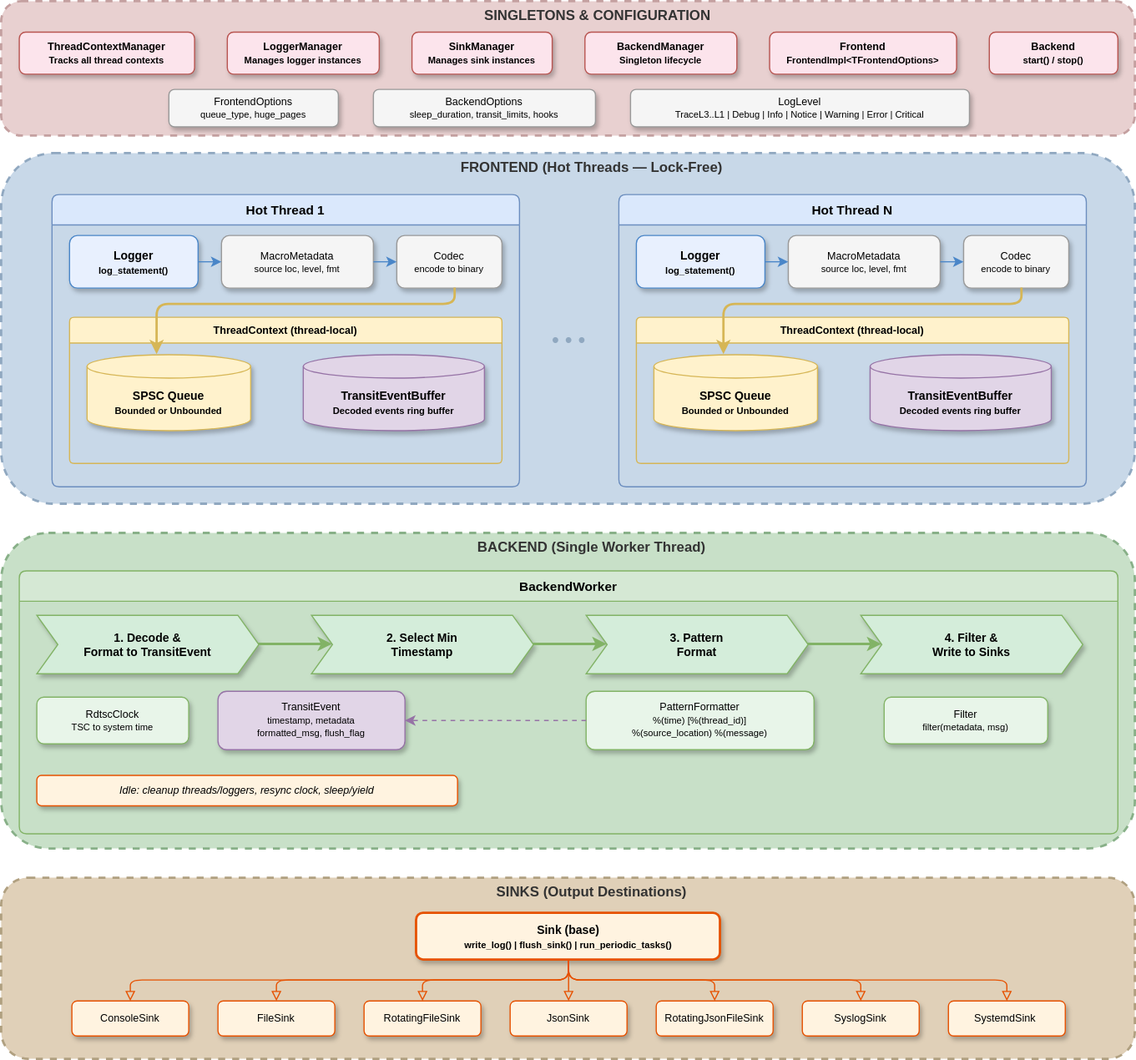
odygrd/quill keeps this draw.io diagram as docs/design.drawio.svg. Above is the earlier version. Source tidied: cells renumbered, new cells last; positions are measured from the earlier drawing's top-left corner, leaving out a move shared by most shapes.
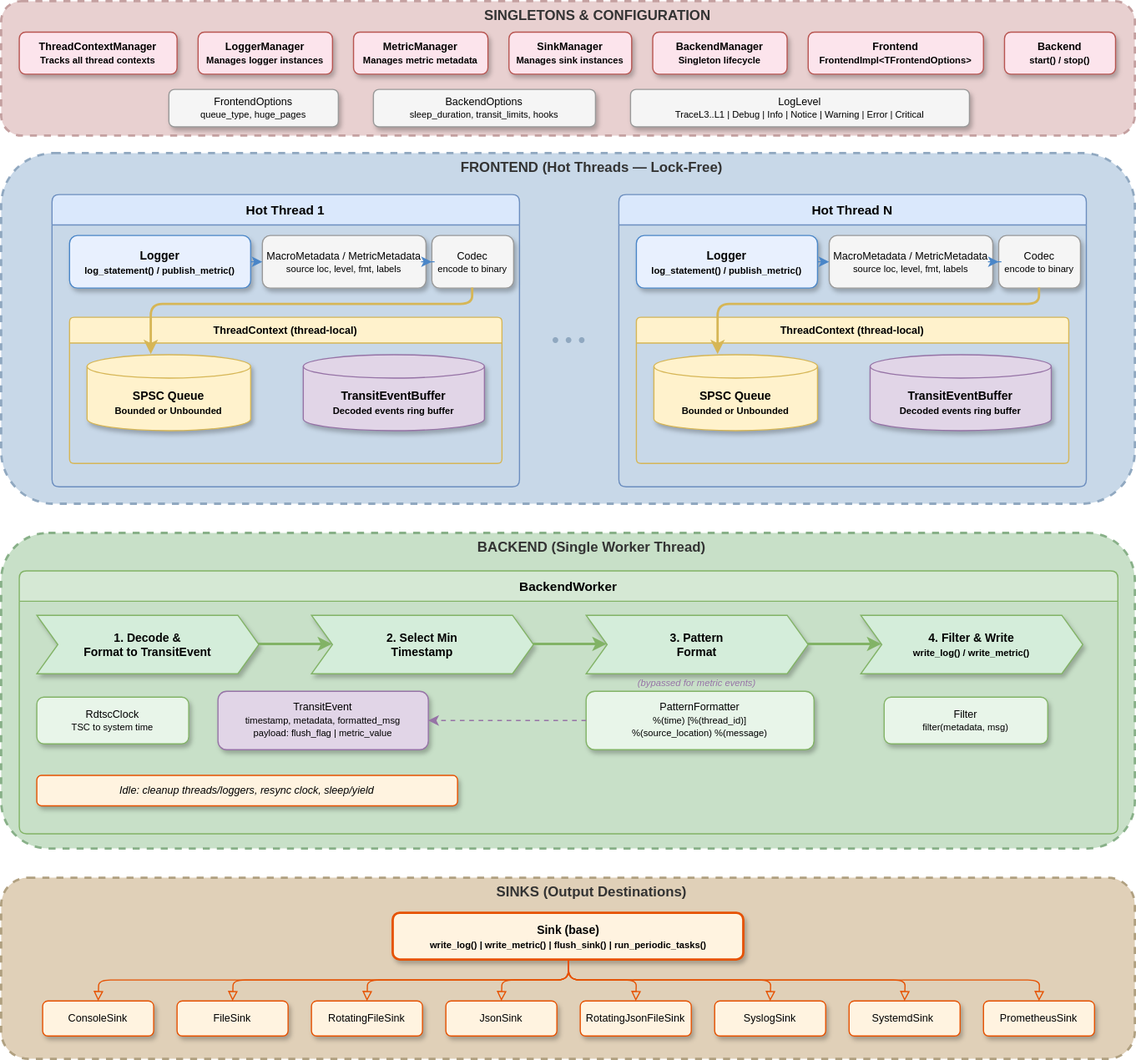
The same diagram one commit later.

Diff of the diagram source:
```diff
@@ -9,22 +9,25 @@
       <mxGeometry x="360" width="300" height="24" as="geometry" />
     </mxCell>
     <mxCell id="4" value="ThreadContextManager&lt;br&gt;&lt;font style=&quot;font-size:8px&quot;&gt;Tracks all thread contexts&lt;/font&gt;" style="rounded=1;whiteSpace=wrap;html=1;fillColor=#fce4ec;strokeColor=#b85450;fontSize=9;fontStyle=1;shadow=1;" parent="1" vertex="1">
-      <mxGeometry x="15" y="26" width="150" height="36" as="geometry" />
+      <mxGeometry x="15" y="26" width="135" height="36" as="geometry" />
     </mxCell>
     <mxCell id="5" value="LoggerManager&lt;br&gt;&lt;font style=&quot;font-size:8px&quot;&gt;Manages logger instances&lt;/font&gt;" style="rounded=1;whiteSpace=wrap;html=1;fillColor=#fce4ec;strokeColor=#b85450;fontSize=9;fontStyle=1;shadow=1;" parent="1" vertex="1">
-      <mxGeometry x="193" y="26" width="130" height="36" as="geometry" />
+      <mxGeometry x="168" y="26" width="115" height="36" as="geometry" />
     </mxCell>
+    <mxCell id="69" value="MetricManager&lt;br&gt;&lt;font style=&quot;font-size:8px&quot;&gt;Manages metric metadata&lt;/font&gt;" style="rounded=1;whiteSpace=wrap;html=1;fillColor=#fce4ec;strokeColor=#b85450;fontSize=9;fontStyle=1;shadow=1;" parent="1" vertex="1">
+      <mxGeometry x="301" y="26" width="115" height="36" as="geometry" />
+    </mxCell>
     <mxCell id="6" value="SinkManager&lt;br&gt;&lt;font style=&quot;font-size:8px&quot;&gt;Manages sink instances&lt;/font&gt;" style="rounded=1;whiteSpace=wrap;html=1;fillColor=#fce4ec;strokeColor=#b85450;fontSize=9;fontStyle=1;shadow=1;" parent="1" vertex="1">
-      <mxGeometry x="351" y="26" width="120" height="36" as="geometry" />
+      <mxGeometry x="434" y="26" width="105" height="36" as="geometry" />
     </mxCell>
     <mxCell id="7" value="BackendManager&lt;br&gt;&lt;font style=&quot;font-size:8px&quot;&gt;Singleton lifecycle&lt;/font&gt;" style="rounded=1;whiteSpace=wrap;html=1;fillColor=#fce4ec;strokeColor=#b85450;fontSize=9;fontStyle=1;shadow=1;" parent="1" vertex="1">
-      <mxGeometry x="499" y="26" width="130" height="36" as="geometry" />
+      <mxGeometry x="557" y="26" width="115" height="36" as="geometry" />
     </mxCell>
     <mxCell id="8" value="Frontend&lt;br&gt;&lt;font style=&quot;font-size:8px&quot;&gt;FrontendImpl&amp;lt;TFrontendOptions&amp;gt;&lt;/font&gt;" style="rounded=1;whiteSpace=wrap;html=1;fillColor=#fce4ec;strokeColor=#b85450;fontSize=9;fontStyle=1;shadow=1;" parent="1" vertex="1">
-      <mxGeometry x="657" y="26" width="160" height="36" as="geometry" />
+      <mxGeometry x="690" y="26" width="150" height="36" as="geometry" />
     </mxCell>
     <mxCell id="9" value="Backend&lt;br&gt;&lt;font style=&quot;font-size:8px&quot;&gt;start() / stop()&lt;/font&gt;" style="rounded=1;whiteSpace=wrap;html=1;fillColor=#fce4ec;strokeColor=#b85450;fontSize=9;fontStyle=1;shadow=1;" parent="1" vertex="1">
-      <mxGeometry x="845" y="26" width="110" height="36" as="geometry" />
+      <mxGeometry x="858" y="26" width="95" height="36" as="geometry" />
     </mxCell>
     <mxCell id="10" value="FrontendOptions&lt;br&gt;&lt;font style=&quot;font-size:8px&quot;&gt;queue_type, huge_pages&lt;/font&gt;" style="rounded=1;whiteSpace=wrap;html=1;fillColor=#f5f5f5;strokeColor=#999;fontSize=9;shadow=1;" parent="1" vertex="1">
       <mxGeometry x="143" y="75" width="145" height="32" as="geometry" />
@@ -44,14 +47,14 @@
     <mxCell id="15" value="Hot Thread 1" style="swimlane;startSize=26;fillColor=#dae8fc;strokeColor=#6c8ebf;rounded=1;arcSize=8;fontStyle=1;fontSize=11;swimlaneLine=1;" parent="1" vertex="1">
       <mxGeometry x="43" y="165" width="400" height="250" as="geometry" />
     </mxCell>
-    <mxCell id="16" value="Logger&lt;br&gt;&lt;font style=&quot;font-size:8px&quot;&gt;log_statement()&lt;/font&gt;" style="rounded=1;whiteSpace=wrap;html=1;fillColor=#e8f0fe;strokeColor=#4a86c8;fontStyle=1;fontSize=10;shadow=1;" parent="15" vertex="1">
-      <mxGeometry x="15" y="35" width="110" height="45" as="geometry" />
+    <mxCell id="16" value="Logger&lt;br&gt;&lt;font style=&quot;font-size:8px&quot;&gt;log_statement() / publish_metric()&lt;/font&gt;" style="rounded=1;whiteSpace=wrap;html=1;fillColor=#e8f0fe;strokeColor=#4a86c8;fontStyle=1;fontSize=10;shadow=1;" parent="15" vertex="1">
+      <mxGeometry x="15" y="35" width="155" height="45" as="geometry" />
     </mxCell>
-    <mxCell id="17" value="MacroMetadata&lt;br&gt;&lt;font style=&quot;font-size:8px&quot;&gt;source loc, level, fmt&lt;/font&gt;" style="rounded=1;whiteSpace=wrap;html=1;fillColor=#f5f5f5;strokeColor=#999;fontSize=9;shadow=1;" parent="15" vertex="1">
-      <mxGeometry x="145" y="35" width="130" height="45" as="geometry" />
+    <mxCell id="17" value="MacroMetadata / MetricMetadata&lt;br&gt;&lt;font style=&quot;font-size:8px&quot;&gt;source loc, level, fmt, labels&lt;/font&gt;" style="rounded=1;whiteSpace=wrap;html=1;fillColor=#f5f5f5;strokeColor=#999;fontSize=9;shadow=1;" parent="15" vertex="1">
+      <mxGeometry x="180" y="35" width="140" height="45" as="geometry" />
     </mxCell>
     <mxCell id="18" value="Codec&lt;T&gt;&lt;br&gt;&lt;font style=&quot;font-size:8px&quot;&gt;encode to binary&lt;/font&gt;" style="rounded=1;whiteSpace=wrap;html=1;fillColor=#f5f5f5;strokeColor=#999;fontSize=9;shadow=1;" parent="15" vertex="1">
-      <mxGeometry x="295" y="35" width="90" height="45" as="geometry" />
+      <mxGeometry x="325" y="35" width="70" height="45" as="geometry" />
     </mxCell>
     <mxCell id="19" value="ThreadContext (thread-local)" style="swimlane;startSize=22;fillColor=#fff2cc;strokeColor=#d6b656;rounded=1;arcSize=6;fontStyle=1;fontSize=9;" parent="15" vertex="1">
       <mxGeometry x="15" y="105" width="370" height="125" as="geometry" />
@@ -71,22 +74,22 @@
     <mxCell id="24" style="edgeStyle=orthogonalEdgeStyle;rounded=1;strokeColor=#d6b656;strokeWidth=2;" parent="15" edge="1" source="18" target="20">
       <mxGeometry relative="1" as="geometry">
         <Array as="points">
-          <mxPoint x="345" y="94" />
-          <mxPoint x="90" y="94" />
+          <mxPoint x="360" y="94" />
+          <mxPoint x="85" y="94" />
         </Array>
       </mxGeometry>
     </mxCell>
     <mxCell id="25" value="Hot Thread N" style="swimlane;startSize=26;fillColor=#dae8fc;strokeColor=#6c8ebf;rounded=1;arcSize=8;fontStyle=1;fontSize=11;swimlaneLine=1;" parent="1" vertex="1">
       <mxGeometry x="528" y="165" width="400" height="250" as="geometry" />
     </mxCell>
-    <mxCell id="26" value="Logger&lt;br&gt;&lt;font style=&quot;font-size:8px&quot;&gt;log_statement()&lt;/font&gt;" style="rounded=1;whiteSpace=wrap;html=1;fillColor=#e8f0fe;strokeColor=#4a86c8;fontStyle=1;fontSize=10;shadow=1;" parent="25" vertex="1">
-      <mxGeometry x="15" y="35" width="110" height="45" as="geometry" />
+    <mxCell id="26" value="Logger&lt;br&gt;&lt;font style=&quot;font-size:8px&quot;&gt;log_statement() / publish_metric()&lt;/font&gt;" style="rounded=1;whiteSpace=wrap;html=1;fillColor=#e8f0fe;strokeColor=#4a86c8;fontStyle=1;fontSize=10;shadow=1;" parent="25" vertex="1">
+      <mxGeometry x="15" y="35" width="155" height="45" as="geometry" />
     </mxCell>
-    <mxCell id="27" value="MacroMetadata&lt;br&gt;&lt;font style=&quot;font-size:8px&quot;&gt;source loc, level, fmt&lt;/font&gt;" style="rounded=1;whiteSpace=wrap;html=1;fillColor=#f5f5f5;strokeColor=#999;fontSize=9;shadow=1;" parent="25" vertex="1">
-      <mxGeometry x="145" y="35" width="130" height="45" as="geometry" />
+    <mxCell id="27" value="MacroMetadata / MetricMetadata&lt;br&gt;&lt;font style=&quot;font-size:8px&quot;&gt;source loc, level, fmt, labels&lt;/font&gt;" style="rounded=1;whiteSpace=wrap;html=1;fillColor=#f5f5f5;strokeColor=#999;fontSize=9;shadow=1;" parent="25" vertex="1">
+      <mxGeometry x="180" y="35" width="140" height="45" as="geometry" />
     </mxCell>
     <mxCell id="28" value="Codec&lt;T&gt;&lt;br&gt;&lt;font style=&quot;font-size:8px&quot;&gt;encode to binary&lt;/font&gt;" style="rounded=1;whiteSpace=wrap;html=1;fillColor=#f5f5f5;strokeColor=#999;fontSize=9;shadow=1;" parent="25" vertex="1">
-      <mxGeometry x="295" y="35" width="90" height="45" as="geometry" />
+      <mxGeometry x="325" y="35" width="70" height="45" as="geometry" />
     </mxCell>
     <mxCell id="29" value="ThreadContext (thread-local)" style="swimlane;startSize=22;fillColor=#fff2cc;strokeColor=#d6b656;rounded=1;arcSize=6;fontStyle=1;fontSize=9;" parent="25" vertex="1">
       <mxGeometry x="15" y="105" width="370" height="125" as="geometry" />
@@ -106,8 +109,8 @@
     <mxCell id="34" style="edgeStyle=orthogonalEdgeStyle;rounded=1;strokeColor=#d6b656;strokeWidth=2;" parent="25" edge="1" source="28" target="30">
       <mxGeometry relative="1" as="geometry">
         <Array as="points">
-          <mxPoint x="345" y="94" />
-          <mxPoint x="90" y="94" />
+          <mxPoint x="360" y="94" />
+          <mxPoint x="85" y="94" />
         </Array>
       </mxGeometry>
     </mxCell>
@@ -132,7 +135,7 @@
     <mxCell id="41" value="3. Pattern&lt;br&gt;Format" style="shape=step;perimeter=stepPerimeter;whiteSpace=wrap;html=1;fixedSize=1;size=18;fillColor=#d4edda;strokeColor=#82b366;fontSize=10;fontStyle=1;shadow=1;" parent="38" vertex="1">
       <mxGeometry x="485" y="38" width="190" height="50" as="geometry" />
     </mxCell>
-    <mxCell id="42" value="4. Filter &amp;amp;&lt;br&gt;Write to Sinks" style="shape=step;perimeter=stepPerimeter;whiteSpace=wrap;html=1;fixedSize=1;size=18;fillColor=#d4edda;strokeColor=#82b366;fontSize=10;fontStyle=1;shadow=1;" parent="38" vertex="1">
+    <mxCell id="42" value="4. Filter &amp;amp; Write&lt;br&gt;&lt;font style=&quot;font-size:8px&quot;&gt;write_log() / write_metric()&lt;/font&gt;" style="shape=step;perimeter=stepPerimeter;whiteSpace=wrap;html=1;fixedSize=1;size=18;fillColor=#d4edda;strokeColor=#82b366;fontSize=10;fontStyle=1;shadow=1;" parent="38" vertex="1">
       <mxGeometry x="720" y="38" width="190" height="50" as="geometry" />
     </mxCell>
     <mxCell id="43" style="rounded=1;strokeColor=#82b366;strokeWidth=2;" parent="38" edge="1" source="39" target="40">
@@ -144,11 +147,14 @@
     <mxCell id="45" style="rounded=1;strokeColor=#82b366;strokeWidth=2;" parent="38" edge="1" source="41" target="42">
       <mxGeometry relative="1" as="geometry" />
     </mxCell>
+    <mxCell id="70" value="(bypassed for metric events)" style="text;html=1;align=center;verticalAlign=middle;whiteSpace=wrap;fontSize=8;fontStyle=2;fontColor=#9673a6;" parent="38" vertex="1">
+      <mxGeometry x="495" y="89" width="170" height="13" as="geometry" />
+    </mxCell>
     <mxCell id="46" value="RdtscClock&lt;br&gt;&lt;font style=&quot;font-size:8px&quot;&gt;TSC to system time&lt;/font&gt;" style="rounded=1;whiteSpace=wrap;html=1;fillColor=#e8f5e9;strokeColor=#82b366;fontSize=9;shadow=1;" parent="38" vertex="1">
       <mxGeometry x="15" y="108" width="130" height="40" as="geometry" />
     </mxCell>
-    <mxCell id="47" value="TransitEvent&lt;br&gt;&lt;font style=&quot;font-size:8px&quot;&gt;timestamp, metadata&lt;br&gt;formatted_msg, flush_flag&lt;/font&gt;" style="rounded=1;whiteSpace=wrap;html=1;fillColor=#e1d5e7;strokeColor=#9673a6;fontSize=9;shadow=1;" parent="38" vertex="1">
-      <mxGeometry x="170" y="103" width="160" height="50" as="geometry" />
+    <mxCell id="47" value="TransitEvent&lt;br&gt;&lt;font style=&quot;font-size:8px&quot;&gt;timestamp, metadata, formatted_msg&lt;br&gt;payload: flush_flag | metric_value&lt;/font&gt;" style="rounded=1;whiteSpace=wrap;html=1;fillColor=#e1d5e7;strokeColor=#9673a6;fontSize=9;shadow=1;" parent="38" vertex="1">
+      <mxGeometry x="170" y="103" width="180" height="50" as="geometry" />
     </mxCell>
     <mxCell id="48" value="PatternFormatter&lt;br&gt;&lt;font style=&quot;font-size:8px&quot;&gt;%(time) [%(thread_id)]&lt;br&gt;%(source_location) %(message)&lt;/font&gt;" style="rounded=1;whiteSpace=wrap;html=1;fillColor=#e8f5e9;strokeColor=#82b366;fontSize=9;shadow=1;" parent="38" vertex="1">
       <mxGeometry x="485" y="103" width="195" height="50" as="geometry" />
@@ -168,35 +174,38 @@
     <mxCell id="53" value="SINKS  (Output Destinations)" style="text;html=1;fontSize=12;fontStyle=1;align=center;verticalAlign=middle;whiteSpace=wrap;fontColor=#333333;" parent="1" vertex="1">
       <mxGeometry x="355" y="750" width="300" height="24" as="geometry" />
     </mxCell>
-    <mxCell id="54" value="Sink (base)&lt;br&gt;&lt;font style=&quot;font-size:8px&quot;&gt;write_log() | flush_sink() | run_periodic_tasks()&lt;/font&gt;" style="rounded=1;whiteSpace=wrap;html=1;fillColor=#fff3e0;strokeColor=#e65100;fontSize=10;fontStyle=1;shadow=1;strokeWidth=2;" parent="1" vertex="1">
-      <mxGeometry x="355" y="780" width="260" height="40" as="geometry" />
+    <mxCell id="54" value="Sink (base)&lt;br&gt;&lt;font style=&quot;font-size:8px&quot;&gt;write_log() | write_metric() | flush_sink() | run_periodic_tasks()&lt;/font&gt;" style="rounded=1;whiteSpace=wrap;html=1;fillColor=#fff3e0;strokeColor=#e65100;fontSize=10;fontStyle=1;shadow=1;strokeWidth=2;" parent="1" vertex="1">
+      <mxGeometry x="335" y="780" width="300" height="40" as="geometry" />
     </mxCell>
     <mxCell id="55" value="ConsoleSink" style="rounded=1;whiteSpace=wrap;html=1;fillColor=#fff3e0;strokeColor=#e65100;fontSize=9;shadow=1;" parent="1" vertex="1">
-      <mxGeometry x="60" y="855" width="100" height="30" as="geometry" />
+      <mxGeometry x="35" y="855" width="95" height="30" as="geometry" />
     </mxCell>
     <mxCell id="56" value="FileSink" style="rounded=1;whiteSpace=wrap;html=1;fillColor=#fff3e0;strokeColor=#e65100;fontSize=9;shadow=1;" parent="1" vertex="1">
-      <mxGeometry x="185" y="855" width="100" height="30" as="geometry" />
+      <mxGeometry x="150" y="855" width="95" height="30" as="geometry" />
     </mxCell>
     <mxCell id="57" value="RotatingFileSink" style="rounded=1;whiteSpace=wrap;html=1;fillColor=#fff3e0;strokeColor=#e65100;fontSize=9;shadow=1;" parent="1" vertex="1">
-      <mxGeometry x="310" y="855" width="100" height="30" as="geometry" />
+      <mxGeometry x="265" y="855" width="95" height="30" as="geometry" />
     </mxCell>
     <mxCell id="58" value="JsonSink" style="rounded=1;whiteSpace=wrap;html=1;fillColor=#fff3e0;strokeColor=#e65100;fontSize=9;shadow=1;" parent="1" vertex="1">
-      <mxGeometry x="435" y="855" width="100" height="30" as="geometry" />
+      <mxGeometry x="380" y="855" width="95" height="30" as="geometry" />
     </mxCell>
     <mxCell id="59" value="RotatingJsonFileSink" style="rounded=1;whiteSpace=wrap;html=1;fillColor=#fff3e0;strokeColor=#e65100;fontSize=9;shadow=1;" parent="1" vertex="1">
-      <mxGeometry x="560" y="855" width="100" height="30" as="geometry" />
+      <mxGeometry x="495" y="855" width="95" height="30" as="geometry" />
     </mxCell>
     <mxCell id="60" value="SyslogSink" style="rounded=1;whiteSpace=wrap;html=1;fillColor=#fff3e0;strokeColor=#e65100;fontSize=9;shadow=1;" parent="1" vertex="1">
-      <mxGeometry x="685" y="855" width="100" height="30" as="geometry" />
+      <mxGeometry x="610" y="855" width="95" height="30" as="geometry" />
     </mxCell>
     <mxCell id="61" value="SystemdSink&amp;nbsp;" style="rounded=1;whiteSpace=wrap;html=1;fillColor=#fff3e0;strokeColor=#e65100;fontSize=9;shadow=1;" parent="1" vertex="1">
-      <mxGeometry x="810" y="855" width="100" height="30" as="geometry" />
+      <mxGeometry x="725" y="855" width="95" height="30" as="geometry" />
     </mxCell>
+    <mxCell id="71" value="PrometheusSink" style="rounded=1;whiteSpace=wrap;html=1;fillColor=#fff3e0;strokeColor=#e65100;fontSize=9;shadow=1;" parent="1" vertex="1">
+      <mxGeometry x="840" y="855" width="95" height="30" as="geometry" />
+    </mxCell>
     <mxCell id="62" style="rounded=1;strokeColor=#e65100;endArrow=block;endFill=0;strokeWidth=1;exitX=0.5;exitY=1;exitDx=0;exitDy=0;entryX=0.5;entryY=0;entryDx=0;entryDy=0;" parent="1" edge="1" source="54" target="55">
       <mxGeometry relative="1" as="geometry">
         <Array as="points">
           <mxPoint x="485" y="837" />
-          <mxPoint x="110" y="837" />
+          <mxPoint x="83" y="837" />
         </Array>
       </mxGeometry>
     </mxCell>
@@ -204,7 +213,7 @@
       <mxGeometry relative="1" as="geometry">
         <Array as="points">
           <mxPoint x="485" y="837" />
-          <mxPoint x="235" y="837" />
+          <mxPoint x="198" y="837" />
         </Array>
       </mxGeometry>
     </mxCell>
@@ -212,7 +221,7 @@
       <mxGeometry relative="1" as="geometry">
         <Array as="points">
           <mxPoint x="485" y="837" />
-          <mxPoint x="360" y="837" />
+          <mxPoint x="313" y="837" />
         </Array>
       </mxGeometry>
     </mxCell>
@@ -220,7 +229,7 @@
       <mxGeometry relative="1" as="geometry">
         <Array as="points">
           <mxPoint x="485" y="837" />
-          <mxPoint x="485" y="837" />
+          <mxPoint x="428" y="837" />
         </Array>
       </mxGeometry>
     </mxCell>
@@ -228,7 +237,7 @@
       <mxGeometry relative="1" as="geometry">
         <Array as="points">
           <mxPoint x="485" y="837" />
-          <mxPoint x="610" y="837" />
+          <mxPoint x="543" y="837" />
         </Array>
       </mxGeometry>
     </mxCell>
@@ -236,7 +245,7 @@
       <mxGeometry relative="1" as="geometry">
         <Array as="points">
           <mxPoint x="485" y="837" />
-          <mxPoint x="735" y="837" />
+          <mxPoint x="658" y="837" />
         </Array>
       </mxGeometry>
     </mxCell>
@@ -244,9 +253,17 @@
       <mxGeometry relative="1" as="geometry">
         <Array as="points">
           <mxPoint x="485" y="837" />
-          <mxPoint x="860" y="837" />
+          <mxPoint x="773" y="837" />
         </Array>
       </mxGeometry>
     </mxCell>
+    <mxCell id="72" style="rounded=1;strokeColor=#e65100;endArrow=block;endFill=0;strokeWidth=1;exitX=0.5;exitY=1;exitDx=0;exitDy=0;entryX=0.5;entryY=0;entryDx=0;entryDy=0;" parent="1" edge="1" source="54" target="71">
+      <mxGeometry relative="1" as="geometry">
+        <Array as="points">
+          <mxPoint x="485" y="837" />
+          <mxPoint x="888" y="837" />
+        </Array>
+      </mxGeometry>
+    </mxCell>
   </root>
 </mxGraphModel>
```
